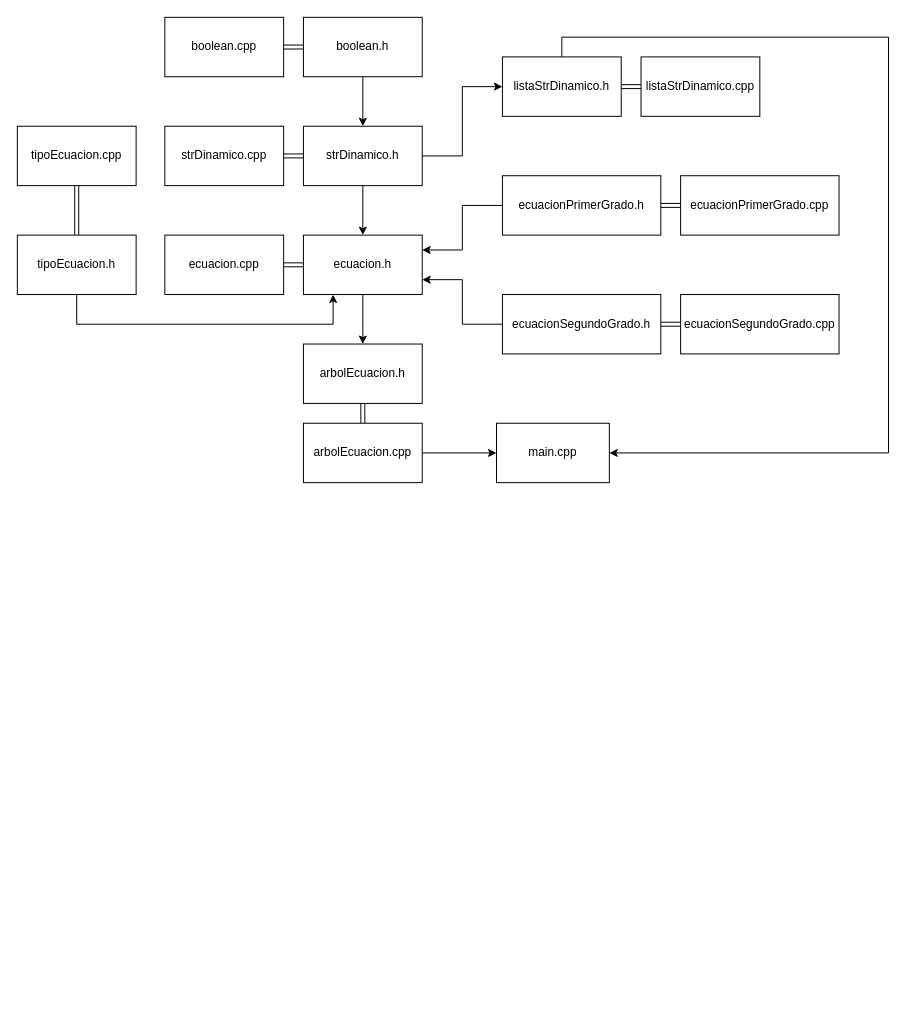
NicolasPodchi/UDE_TALLER_1_2025 keeps this draw.io diagram as diagramaDeModulos.drawio. Above is the earlier version. Source tidied: cells renumbered, new cells numbered last; positions are measured from the earlier drawing's top-left corner, leaving out a move shared by most shapes. Both pictures are drawn from the tidied source at 99%, with x=0, y=0 at pixel (17, 17).
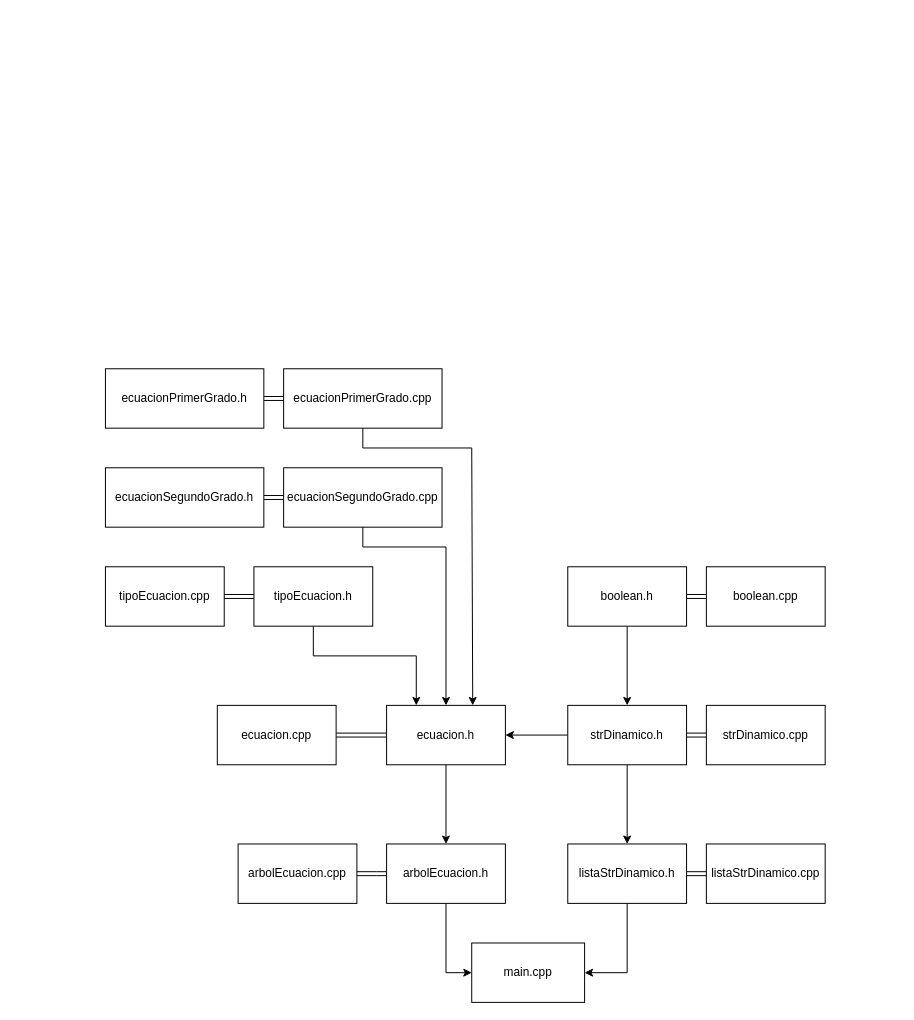
Above is the later version.

The edit, as a diff of the source:
```diff
@@
     <mxCell id="2" value="ecuacion.cpp" style="rounded=0;whiteSpace=wrap;html=1;" parent="1" vertex="1">
-      <mxGeometry x="149" y="220" width="120" height="60" as="geometry" />
+      <mxGeometry x="202" y="695" width="120" height="60" as="geometry" />
     </mxCell>
@@
     <mxCell id="5" value="ecuacion.h" style="rounded=0;whiteSpace=wrap;html=1;" parent="1" vertex="1">
-      <mxGeometry x="289" y="220" width="120" height="60" as="geometry" />
+      <mxGeometry x="373" y="695" width="120" height="60" as="geometry" />
     </mxCell>
-    <mxCell id="6" style="edgeStyle=orthogonalEdgeStyle;rounded=0;jettySize=auto;html=1;entryX=0;entryY=0.5;entryDx=0;entryDy=0;" parent="1" edge="1" source="7" target="35">
+    <mxCell id="6" style="edgeStyle=orthogonalEdgeStyle;rounded=0;jettySize=auto;html=1;entryX=0;entryY=0.5;entryDx=0;entryDy=0;exitX=0.5;exitY=1;exitDx=0;exitDy=0;" parent="1" edge="1" source="9" target="35">
       <mxGeometry relative="1" as="geometry" />
     </mxCell>
     <mxCell id="7" value="arbolEcuacion.cpp" style="rounded=0;whiteSpace=wrap;html=1;" parent="1" vertex="1">
-      <mxGeometry x="289" y="410" width="120" height="60" as="geometry" />
+      <mxGeometry x="223" y="835" width="120" height="60" as="geometry" />
     </mxCell>
@@
     <mxCell id="9" value="arbolEcuacion.h" style="rounded=0;whiteSpace=wrap;html=1;" parent="1" vertex="1">
-      <mxGeometry x="289" y="330" width="120" height="60" as="geometry" />
+      <mxGeometry x="373" y="835" width="120" height="60" as="geometry" />
     </mxCell>
     <mxCell id="10" value="ecuacionPrimerGrado.cpp" style="rounded=0;whiteSpace=wrap;html=1;" parent="1" vertex="1">
-      <mxGeometry x="670" y="160" width="160" height="60" as="geometry" />
+      <mxGeometry x="269" y="355" width="160" height="60" as="geometry" />
     </mxCell>
@@
-    <mxCell id="12" style="edgeStyle=orthogonalEdgeStyle;rounded=0;jettySize=auto;html=1;entryX=1;entryY=0.25;entryDx=0;entryDy=0;" parent="1" edge="1" source="13" target="5">
-      <mxGeometry relative="1" as="geometry" />
-    </mxCell>
     <mxCell id="13" value="ecuacionPrimerGrado.h" style="rounded=0;whiteSpace=wrap;html=1;" parent="1" vertex="1">
-      <mxGeometry x="490" y="160" width="160" height="60" as="geometry" />
+      <mxGeometry x="89" y="355" width="160" height="60" as="geometry" />
     </mxCell>
     <mxCell id="14" value="ecuacionSegundoGrado.cpp" style="rounded=0;whiteSpace=wrap;html=1;" parent="1" vertex="1">
-      <mxGeometry x="670" y="280" width="160" height="60" as="geometry" />
+      <mxGeometry x="269" y="455" width="160" height="60" as="geometry" />
     </mxCell>
@@
     <mxCell id="16" value="ecuacionSegundoGrado.h" style="rounded=0;whiteSpace=wrap;html=1;" parent="1" vertex="1">
-      <mxGeometry x="490" y="280" width="160" height="60" as="geometry" />
+      <mxGeometry x="89" y="455" width="160" height="60" as="geometry" />
     </mxCell>
     <mxCell id="17" value="strDinamico.cpp" style="rounded=0;whiteSpace=wrap;html=1;" parent="1" vertex="1">
-      <mxGeometry x="149" y="110" width="120" height="60" as="geometry" />
+      <mxGeometry x="696" y="695" width="120" height="60" as="geometry" />
     </mxCell>
@@
+    <mxCell id="20" style="edgeStyle=orthogonalEdgeStyle;rounded=0;jettySize=auto;html=1;exitX=0.5;exitY=1;exitDx=0;exitDy=0;entryX=0.5;entryY=0;entryDx=0;entryDy=0;" parent="1" edge="1" source="21" target="34">
+      <mxGeometry relative="1" as="geometry" />
+    </mxCell>
-    <mxCell id="19" style="edgeStyle=orthogonalEdgeStyle;rounded=0;jettySize=auto;html=1;" parent="1" edge="1" source="21" target="5">
+    <mxCell id="19" style="edgeStyle=orthogonalEdgeStyle;rounded=0;jettySize=auto;html=1;exitX=0;exitY=0.5;exitDx=0;exitDy=0;entryX=1;entryY=0.5;entryDx=0;entryDy=0;" parent="1" edge="1" source="21" target="5">
       <mxGeometry relative="1" as="geometry" />
     </mxCell>
-    <mxCell id="20" style="edgeStyle=orthogonalEdgeStyle;rounded=0;jettySize=auto;html=1;exitX=1;exitY=0.5;exitDx=0;exitDy=0;entryX=0;entryY=0.5;entryDx=0;entryDy=0;" parent="1" edge="1" source="21" target="34">
-      <mxGeometry relative="1" as="geometry" />
-    </mxCell>
     <mxCell id="21" value="strDinamico.h" style="rounded=0;whiteSpace=wrap;html=1;" parent="1" vertex="1">
-      <mxGeometry x="289" y="110" width="120" height="60" as="geometry" />
+      <mxGeometry x="556" y="695" width="120" height="60" as="geometry" />
     </mxCell>
     <mxCell id="22" value="boolean.cpp" style="rounded=0;whiteSpace=wrap;html=1;" parent="1" vertex="1">
-      <mxGeometry x="149" width="120" height="60" as="geometry" />
+      <mxGeometry x="696" y="555" width="120" height="60" as="geometry" />
     </mxCell>
@@
     <mxCell id="25" value="boolean.h" style="rounded=0;whiteSpace=wrap;html=1;" parent="1" vertex="1">
-      <mxGeometry x="289" width="120" height="60" as="geometry" />
+      <mxGeometry x="556" y="555" width="120" height="60" as="geometry" />
     </mxCell>
     <mxCell id="26" value="tipoEcuacion.cpp" style="rounded=0;whiteSpace=wrap;html=1;" parent="1" vertex="1">
-      <mxGeometry y="110" width="120" height="60" as="geometry" />
+      <mxGeometry x="89" y="555" width="120" height="60" as="geometry" />
     </mxCell>
@@
-    <mxCell id="28" style="edgeStyle=orthogonalEdgeStyle;rounded=0;jettySize=auto;html=1;entryX=0.25;entryY=1;entryDx=0;entryDy=0;exitX=0.5;exitY=1;exitDx=0;exitDy=0;" parent="1" edge="1" source="29" target="5">
+    <mxCell id="28" style="edgeStyle=orthogonalEdgeStyle;rounded=0;jettySize=auto;html=1;entryX=0.25;entryY=0;entryDx=0;entryDy=0;exitX=0.5;exitY=1;exitDx=0;exitDy=0;" parent="1" edge="1" source="29" target="5">
       <mxGeometry relative="1" as="geometry">
         <Array as="points">
-          <mxPoint x="60" y="310" />
-          <mxPoint x="319" y="310" />
+          <mxPoint x="299" y="645" />
+          <mxPoint x="403" y="645" />
         </Array>
       </mxGeometry>
     </mxCell>
     <mxCell id="29" value="tipoEcuacion.h" style="rounded=0;whiteSpace=wrap;html=1;" parent="1" vertex="1">
-      <mxGeometry y="220" width="120" height="60" as="geometry" />
+      <mxGeometry x="239" y="555" width="120" height="60" as="geometry" />
     </mxCell>
-    <mxCell id="30" style="edgeStyle=orthogonalEdgeStyle;rounded=0;jettySize=auto;html=1;exitX=0;exitY=0.5;exitDx=0;exitDy=0;entryX=1;entryY=0.75;entryDx=0;entryDy=0;" parent="1" edge="1" source="16" target="5">
-      <mxGeometry relative="1" as="geometry" />
-    </mxCell>
     <mxCell id="31" value="listaStrDinamico.cpp" style="rounded=0;whiteSpace=wrap;html=1;" parent="1" vertex="1">
-      <mxGeometry x="630" y="40" width="120" height="60" as="geometry" />
+      <mxGeometry x="696" y="835" width="120" height="60" as="geometry" />
     </mxCell>
@@
-    <mxCell id="33" style="edgeStyle=orthogonalEdgeStyle;rounded=0;jettySize=auto;html=1;entryX=1;entryY=0.5;entryDx=0;entryDy=0;" parent="1" edge="1" source="34" target="35">
-      <mxGeometry relative="1" as="geometry">
-        <Array as="points">
-          <mxPoint x="550" y="20" />
-          <mxPoint x="880" y="20" />
-          <mxPoint x="880" y="440" />
-        </Array>
-      </mxGeometry>
+    <mxCell id="33" style="edgeStyle=orthogonalEdgeStyle;rounded=0;jettySize=auto;html=1;exitX=0.5;exitY=1;exitDx=0;exitDy=0;entryX=1;entryY=0.5;entryDx=0;entryDy=0;" parent="1" edge="1" source="34" target="35">
+      <mxGeometry relative="1" as="geometry" />
     </mxCell>
     <mxCell id="34" value="listaStrDinamico.h" style="rounded=0;whiteSpace=wrap;html=1;" parent="1" vertex="1">
-      <mxGeometry x="490" y="40" width="120" height="60" as="geometry" />
+      <mxGeometry x="556" y="835" width="120" height="60" as="geometry" />
     </mxCell>
     <mxCell id="35" value="main.cpp" style="rounded=0;whiteSpace=wrap;html=1;" parent="1" vertex="1">
-      <mxGeometry x="484" y="410" width="114" height="60" as="geometry" />
+      <mxGeometry x="459" y="935" width="114" height="60" as="geometry" />
     </mxCell>
+    <mxCell id="36" style="edgeStyle=orthogonalEdgeStyle;rounded=0;jettySize=auto;html=1;exitX=0.5;exitY=1;exitDx=0;exitDy=0;entryX=0.5;entryY=0;entryDx=0;entryDy=0;" parent="1" edge="1" source="14" target="5">
+      <mxGeometry relative="1" as="geometry">
+        <Array as="points">
+          <mxPoint x="349" y="535" />
+          <mxPoint x="433" y="535" />
+        </Array>
+      </mxGeometry>
+    </mxCell>
+    <mxCell id="37" style="edgeStyle=orthogonalEdgeStyle;rounded=0;jettySize=auto;html=1;exitX=0.5;exitY=1;exitDx=0;exitDy=0;entryX=0.725;entryY=0;entryDx=0;entryDy=0;entryPerimeter=0;" parent="1" edge="1" source="10" target="5">
+      <mxGeometry relative="1" as="geometry">
+        <Array as="points">
+          <mxPoint x="349" y="435" />
+          <mxPoint x="459" y="435" />
+          <mxPoint x="459" y="695" />
+        </Array>
+      </mxGeometry>
+    </mxCell>
```
